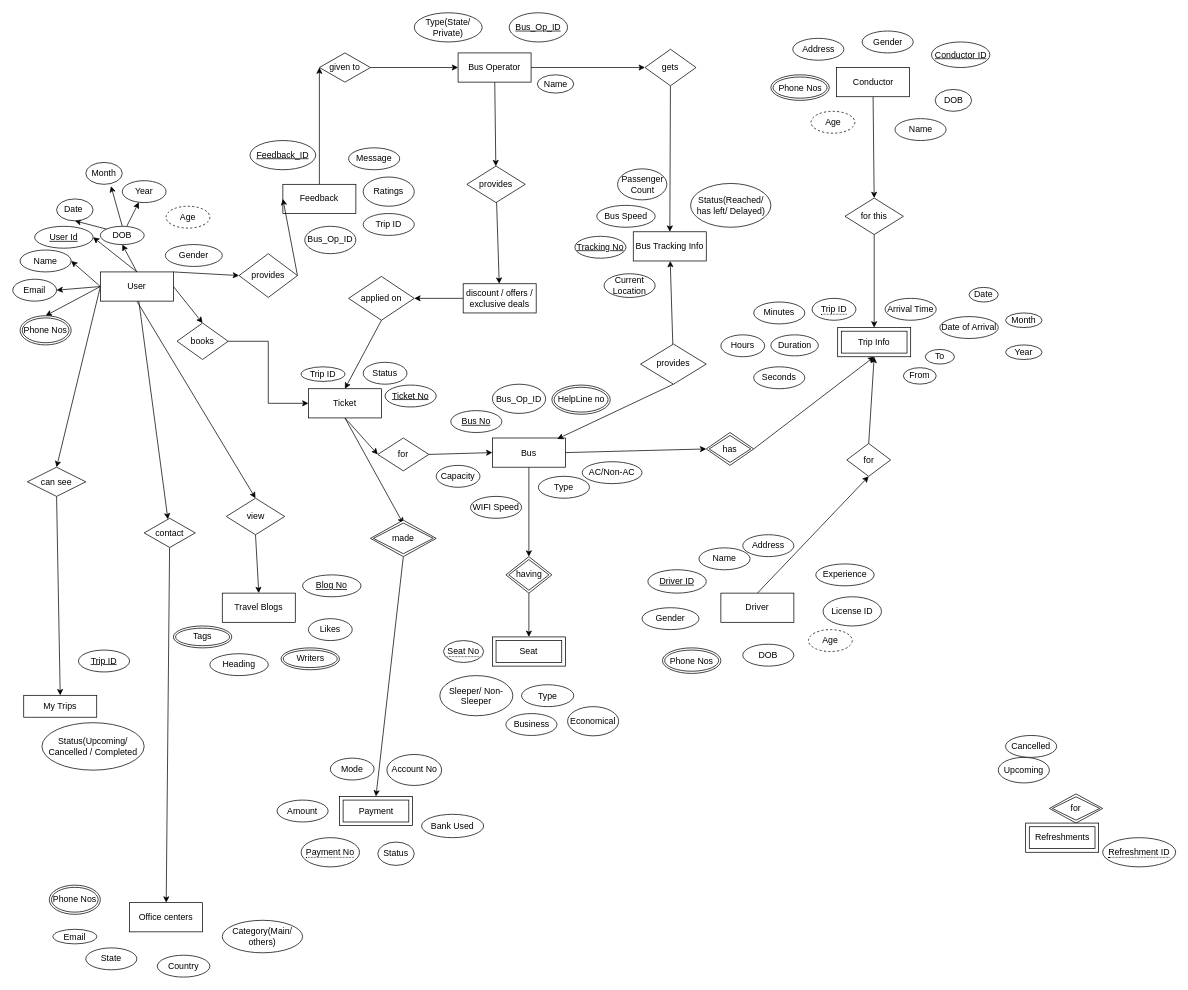
Before: Assignment1B.drawio in ritu456286/DBMS, a draw.io diagram. Source tidied: cells renumbered, new cells numbered last; positions are measured from the earlier drawing's top-left corner, leaving out a move shared by most shapes. Both pictures are drawn from the tidied source at 73%, with x=0, y=0 at pixel (12, 12).
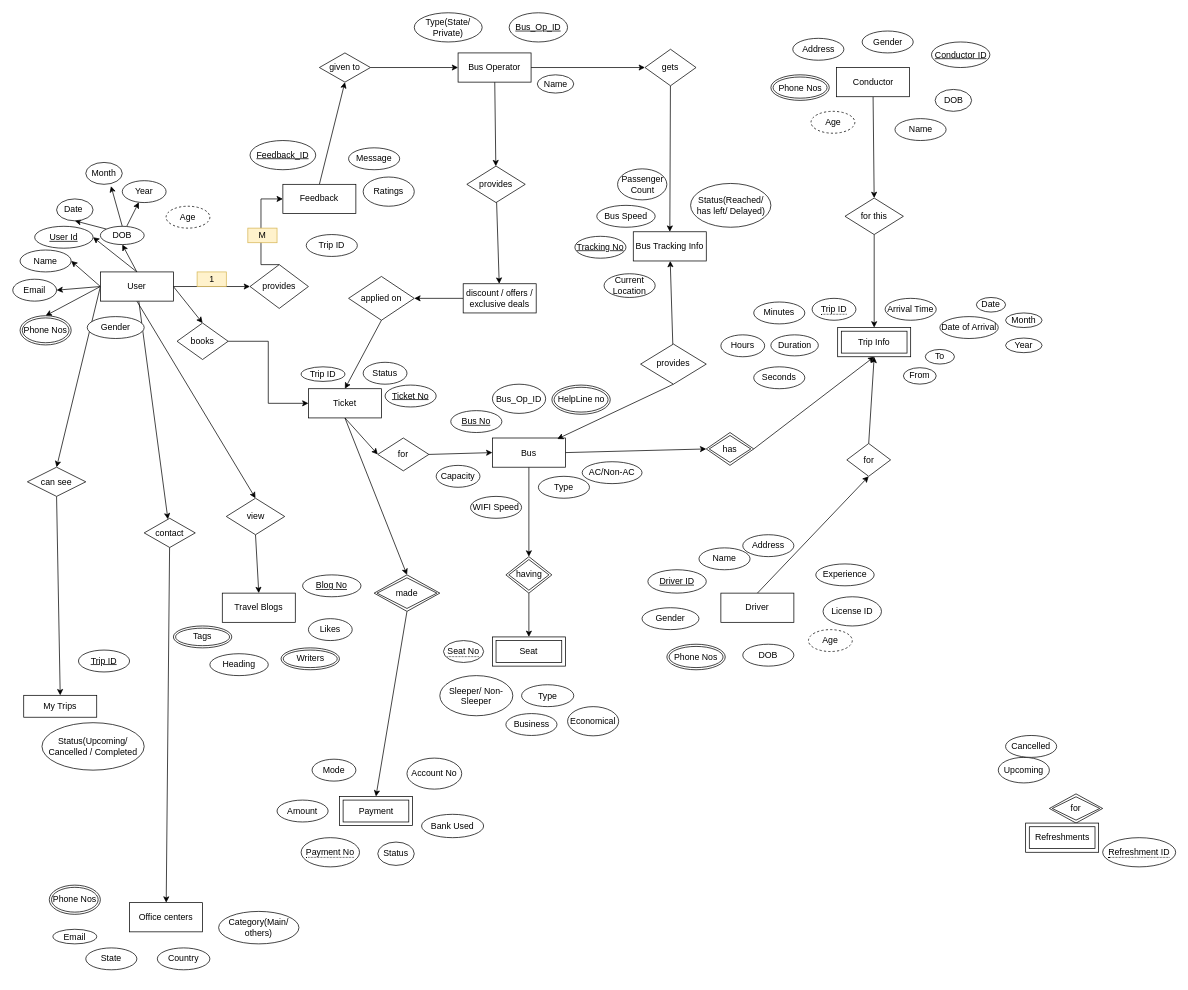
Above is the later version.

Unchanged cells that the change refers to:
```xml
<mxCell id="12" value="User" style="whiteSpace=wrap;html=1;align=center;" parent="1" vertex="1">
  <mxGeometry x="120" y="355" width="100" height="40" as="geometry" />
</mxCell>
<mxCell id="16" value="Feedback" style="whiteSpace=wrap;html=1;align=center;" parent="1" vertex="1">
  <mxGeometry x="370" y="235" width="100" height="40" as="geometry" />
</mxCell>
<mxCell id="24" value="Ticket" style="whiteSpace=wrap;html=1;align=center;" parent="1" vertex="1">
  <mxGeometry x="405" y="515" width="100" height="40" as="geometry" />
</mxCell>
<mxCell id="32" value="given to" style="shape=rhombus;perimeter=rhombusPerimeter;whiteSpace=wrap;html=1;align=center;" parent="1" vertex="1">
  <mxGeometry x="420" y="55" width="70" height="40" as="geometry" />
</mxCell>
```

Diff of the diagram source:
```diff
@@
-    <mxCell id="2" style="edgeStyle=none;rounded=0;jettySize=auto;html=1;exitX=1;exitY=0;exitDx=0;exitDy=0;entryX=0;entryY=0.5;entryDx=0;entryDy=0;" parent="1" edge="1" source="12" target="30">
+    <mxCell id="2" style="edgeStyle=none;rounded=0;jettySize=auto;html=1;exitX=1;exitY=0.5;exitDx=0;exitDy=0;entryX=0;entryY=0.5;entryDx=0;entryDy=0;" parent="1" edge="1" source="12" target="30">
       <mxGeometry relative="1" as="geometry" />
     </mxCell>
@@
-    <mxCell id="15" style="edgeStyle=none;rounded=0;jettySize=auto;html=1;exitX=0.5;exitY=0;exitDx=0;exitDy=0;entryX=0;entryY=0.5;entryDx=0;entryDy=0;" parent="1" edge="1" source="16" target="32">
+    <mxCell id="15" style="edgeStyle=none;rounded=0;jettySize=auto;html=1;exitX=0.5;exitY=0;exitDx=0;exitDy=0;entryX=0.5;entryY=1;entryDx=0;entryDy=0;" parent="1" edge="1" source="16" target="32">
       <mxGeometry relative="1" as="geometry" />
     </mxCell>
@@
-    <mxCell id="23" style="edgeStyle=none;rounded=0;jettySize=auto;html=1;exitX=0.5;exitY=1;exitDx=0;exitDy=0;" parent="1" edge="1" source="24">
-      <mxGeometry relative="1" as="geometry">
-        <mxPoint x="535" y="700" as="targetPoint" />
-      </mxGeometry>
+    <mxCell id="23" style="edgeStyle=none;rounded=0;jettySize=auto;html=1;exitX=0.5;exitY=1;exitDx=0;exitDy=0;entryX=0.5;entryY=0;entryDx=0;entryDy=0;" parent="1" edge="1" source="24" target="120">
+      <mxGeometry relative="1" as="geometry" />
     </mxCell>
@@
-    <mxCell id="29" style="edgeStyle=none;rounded=0;jettySize=auto;html=1;exitX=1;exitY=0.5;exitDx=0;exitDy=0;entryX=0;entryY=0.5;entryDx=0;entryDy=0;" parent="1" edge="1" source="30" target="16">
-      <mxGeometry relative="1" as="geometry" />
+    <mxCell id="29" style="edgeStyle=elbowEdgeStyle;rounded=0;jettySize=auto;html=1;exitX=0.5;exitY=0;exitDx=0;exitDy=0;entryX=0;entryY=0.5;entryDx=0;entryDy=0;" parent="1" edge="1" source="30" target="16">
+      <mxGeometry relative="1" as="geometry">
+        <Array as="points">
+          <mxPoint x="340" y="295" />
+        </Array>
+      </mxGeometry>
     </mxCell>
     <mxCell id="30" value="provides" style="shape=rhombus;perimeter=rhombusPerimeter;whiteSpace=wrap;html=1;align=center;" parent="1" vertex="1">
-      <mxGeometry x="310" y="330" width="80" height="60" as="geometry" />
+      <mxGeometry x="325" y="345" width="80" height="60" as="geometry" />
     </mxCell>
@@
     <mxCell id="75" value="Trip ID" style="ellipse;whiteSpace=wrap;html=1;align=center;" parent="1" vertex="1">
-      <mxGeometry x="480" y="275" width="70" height="30" as="geometry" />
+      <mxGeometry x="402" y="303.8" width="70" height="30" as="geometry" />
     </mxCell>
@@
-    <mxCell id="77" value="Bus_Op_ID" style="ellipse;whiteSpace=wrap;html=1;align=center;" parent="1" vertex="1">
-      <mxGeometry x="400" y="292.5" width="70" height="37.5" as="geometry" />
-    </mxCell>
@@
     <mxCell id="96" value="Phone Nos" style="ellipse;shape=doubleEllipse;margin=3;whiteSpace=wrap;html=1;align=center;" parent="1" vertex="1">
-      <mxGeometry x="890" y="870" width="80" height="35" as="geometry" />
+      <mxGeometry x="896" y="865" width="80" height="35" as="geometry" />
     </mxCell>
@@
     <mxCell id="107" value="Date" style="ellipse;whiteSpace=wrap;html=1;align=center;" parent="1" vertex="1">
-      <mxGeometry x="1310" y="376.2" width="40" height="20" as="geometry" />
+      <mxGeometry x="1320" y="390" width="40" height="20" as="geometry" />
     </mxCell>
@@
     <mxCell id="109" value="Year" style="ellipse;whiteSpace=wrap;html=1;align=center;" parent="1" vertex="1">
-      <mxGeometry x="1360" y="455" width="50" height="20" as="geometry" />
+      <mxGeometry x="1360" y="445.6" width="50" height="20" as="geometry" />
     </mxCell>
@@
     <mxCell id="120" value="made" style="shape=rhombus;double=1;perimeter=rhombusPerimeter;whiteSpace=wrap;html=1;align=center;" parent="1" vertex="1">
-      <mxGeometry x="490" y="695" width="90" height="50" as="geometry" />
+      <mxGeometry x="495" y="770" width="90" height="50" as="geometry" />
     </mxCell>
@@
     <mxCell id="122" value="Mode" style="ellipse;whiteSpace=wrap;html=1;align=center;" parent="1" vertex="1">
-      <mxGeometry x="435" y="1021" width="60" height="30" as="geometry" />
+      <mxGeometry x="410" y="1022.5" width="60" height="30" as="geometry" />
     </mxCell>
@@
     <mxCell id="125" value="Account No" style="ellipse;whiteSpace=wrap;html=1;align=center;" parent="1" vertex="1">
-      <mxGeometry x="512.5" y="1016" width="75" height="42.5" as="geometry" />
+      <mxGeometry x="540" y="1021" width="75" height="42.5" as="geometry" />
     </mxCell>
@@
     <mxCell id="129" value="Gender" style="ellipse;whiteSpace=wrap;html=1;align=center;" parent="1" vertex="1">
-      <mxGeometry x="209" y="317.5" width="78" height="30" as="geometry" />
+      <mxGeometry x="102" y="416.2" width="78" height="30" as="geometry" />
     </mxCell>
@@
     <mxCell id="141" value="Country" style="ellipse;whiteSpace=wrap;html=1;align=center;" parent="1" vertex="1">
-      <mxGeometry x="198" y="1291" width="72" height="30" as="geometry" />
+      <mxGeometry x="198" y="1281" width="72" height="30" as="geometry" />
     </mxCell>
     <mxCell id="142" value="Category(Main/ others)" style="ellipse;whiteSpace=wrap;html=1;align=center;" parent="1" vertex="1">
-      <mxGeometry x="287" y="1243.2" width="110" height="44.5" as="geometry" />
+      <mxGeometry x="282" y="1231" width="110" height="44.5" as="geometry" />
     </mxCell>
@@
+    <mxCell id="162" value="1" style="text;html=1;strokeColor=#d6b656;fillColor=#fff2cc;align=center;verticalAlign=middle;whiteSpace=wrap;rounded=0;" parent="1" vertex="1">
+      <mxGeometry x="252.5" y="355" width="40" height="20" as="geometry" />
+    </mxCell>
+    <mxCell id="163" value="M" style="text;html=1;strokeColor=#d6b656;fillColor=#fff2cc;align=center;verticalAlign=middle;whiteSpace=wrap;rounded=0;" parent="1" vertex="1">
+      <mxGeometry x="322" y="295" width="40" height="20" as="geometry" />
+    </mxCell>
```
